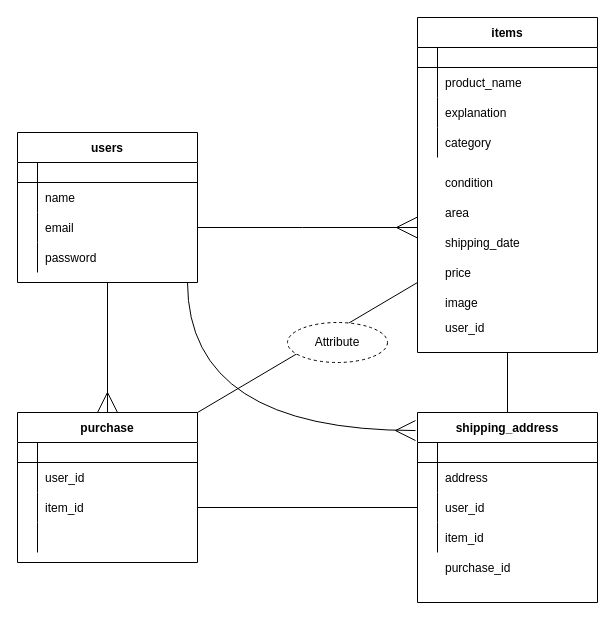
Above: furima.dio in shoootm/furima-31653 (draw.io), before the change. Source tidied: cells renumbered, new cells numbered last; positions are measured from the earlier drawing's top-left corner, leaving out a move shared by most shapes. Both pictures are drawn from the tidied source at 100%, with x=0, y=0 at pixel (17, 17).
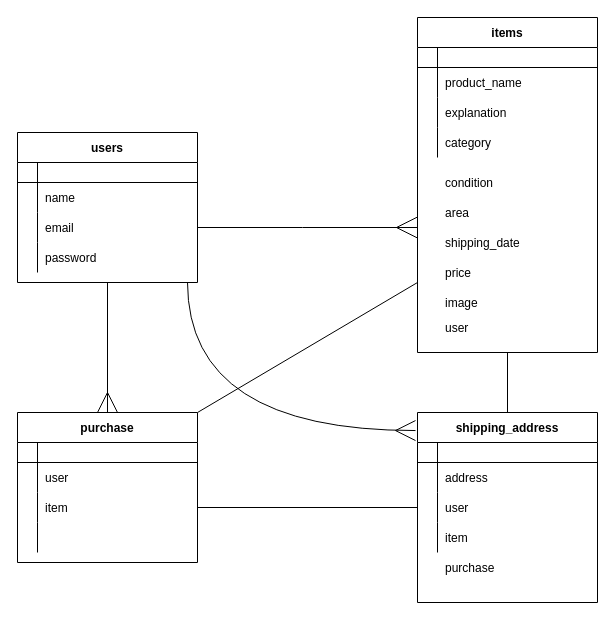
The same page after the edit.

Commit message (it also covers changes not shown here):
データベース設計

Unchanged cells that the change refers to:
```xml
<mxCell id="26" style="shape=partialRectangle;fillColor=none;top=0;left=0;bottom=0;right=0;" parent="22" vertex="1">
  <mxGeometry y="50" width="180" height="30" as="geometry" />
</mxCell>
<mxCell id="29" style="shape=partialRectangle;fillColor=none;top=0;left=0;bottom=0;right=0;points=[[0,0.5],[1,0.5]];portConstraint=eastwest;" parent="22" vertex="1">
  <mxGeometry y="80" width="180" height="30" as="geometry" />
</mxCell>
<mxCell id="57" style="shape=partialRectangle;fillColor=none;top=0;left=0;bottom=0;right=0;points=[[0,0.5],[1,0.5]];portConstraint=eastwest;" parent="50" vertex="1">
  <mxGeometry y="80" width="180" height="30" as="geometry" />
</mxCell>
<mxCell id="60" style="shape=partialRectangle;fillColor=none;top=0;left=0;bottom=0;right=0;" parent="50" vertex="1">
  <mxGeometry y="110" width="180" height="30" as="geometry" />
</mxCell>
```

Diff of the diagram source:
```diff
@@
-    <mxCell id="28" value="user_id" style="shape=partialRectangle;fillColor=none;top=0;left=0;bottom=0;right=0;align=left;spacingLeft=6;overflow=hidden;" parent="26" vertex="1">
+    <mxCell id="28" value="user" style="shape=partialRectangle;fillColor=none;top=0;left=0;bottom=0;right=0;align=left;spacingLeft=6;overflow=hidden;" parent="26" vertex="1">
       <mxGeometry x="20" width="160" height="30" as="geometry" />
     </mxCell>
@@
-    <mxCell id="31" value="item_id" style="shape=partialRectangle;fillColor=none;top=0;left=0;bottom=0;right=0;align=left;spacingLeft=6;overflow=hidden;" parent="29" vertex="1">
+    <mxCell id="31" value="item" style="shape=partialRectangle;fillColor=none;top=0;left=0;bottom=0;right=0;align=left;spacingLeft=6;overflow=hidden;" parent="29" vertex="1">
       <mxGeometry x="20" width="160" height="30" as="geometry" />
     </mxCell>
@@
-    <mxCell id="59" value="user_id" style="shape=partialRectangle;fillColor=none;top=0;left=0;bottom=0;right=0;align=left;spacingLeft=6;overflow=hidden;" parent="57" vertex="1">
+    <mxCell id="59" value="user" style="shape=partialRectangle;fillColor=none;top=0;left=0;bottom=0;right=0;align=left;spacingLeft=6;overflow=hidden;" parent="57" vertex="1">
       <mxGeometry x="20" width="160" height="30" as="geometry" />
     </mxCell>
@@
-    <mxCell id="62" value="item_id" style="shape=partialRectangle;fillColor=none;top=0;left=0;bottom=0;right=0;align=left;spacingLeft=6;overflow=hidden;" parent="60" vertex="1">
+    <mxCell id="62" value="item" style="shape=partialRectangle;fillColor=none;top=0;left=0;bottom=0;right=0;align=left;spacingLeft=6;overflow=hidden;" parent="60" vertex="1">
       <mxGeometry x="20" width="160" height="30" as="geometry" />
     </mxCell>
-    <mxCell id="63" value="purchase_id" style="shape=partialRectangle;fillColor=none;top=0;left=0;bottom=0;right=0;align=left;spacingLeft=6;overflow=hidden;" parent="1" vertex="1">
+    <mxCell id="63" value="purchase" style="shape=partialRectangle;fillColor=none;top=0;left=0;bottom=0;right=0;align=left;spacingLeft=6;overflow=hidden;" parent="1" vertex="1">
       <mxGeometry x="420" y="535" width="160" height="30" as="geometry" />
     </mxCell>
@@
-    <mxCell id="66" value="user_id" style="shape=partialRectangle;fillColor=none;top=0;left=0;bottom=0;right=0;align=left;spacingLeft=6;overflow=hidden;" parent="1" vertex="1">
+    <mxCell id="66" value="user" style="shape=partialRectangle;fillColor=none;top=0;left=0;bottom=0;right=0;align=left;spacingLeft=6;overflow=hidden;" parent="1" vertex="1">
       <mxGeometry x="420" y="295" width="160" height="30" as="geometry" />
     </mxCell>
-    <mxCell id="67" value="Attribute" style="ellipse;whiteSpace=wrap;html=1;align=center;dashed=1;" parent="1" vertex="1">
-      <mxGeometry x="270" y="305" width="100" height="40" as="geometry" />
-    </mxCell>
```
